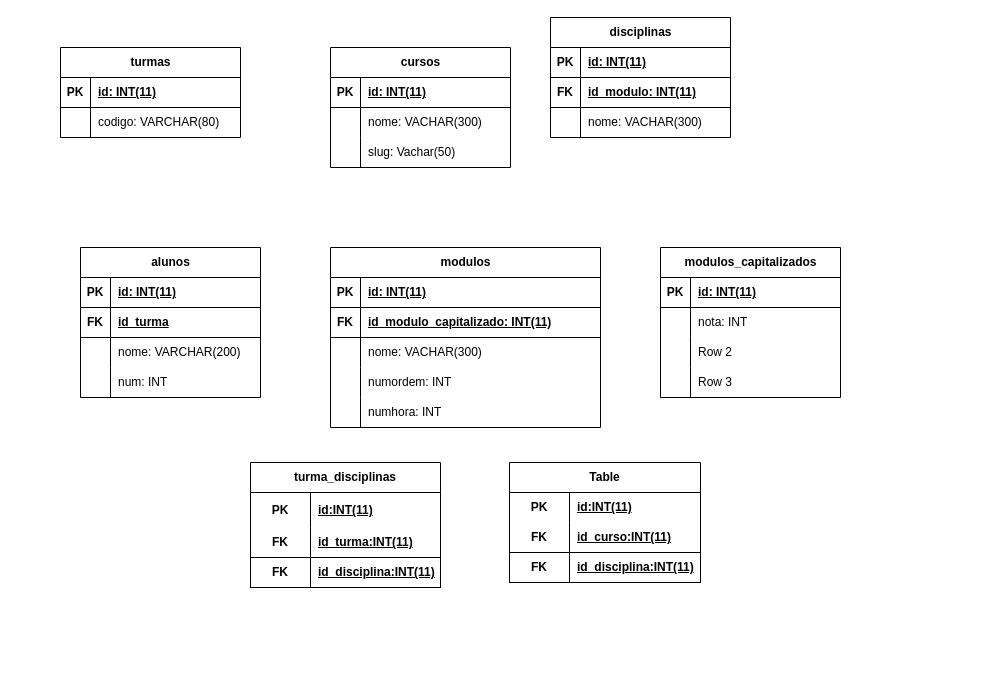
Before: Gestor-de-Modulos/gdm_modelo_er.drawio in Henrique-Morais1/Mod15-trabalho_final, a draw.io diagram. Source tidied: cells renumbered, new cells numbered last; positions are measured from the earlier drawing's top-left corner, leaving out a move shared by most shapes. Both pictures are drawn from the tidied source at 100%, with x=0, y=0 at pixel (60, 17).
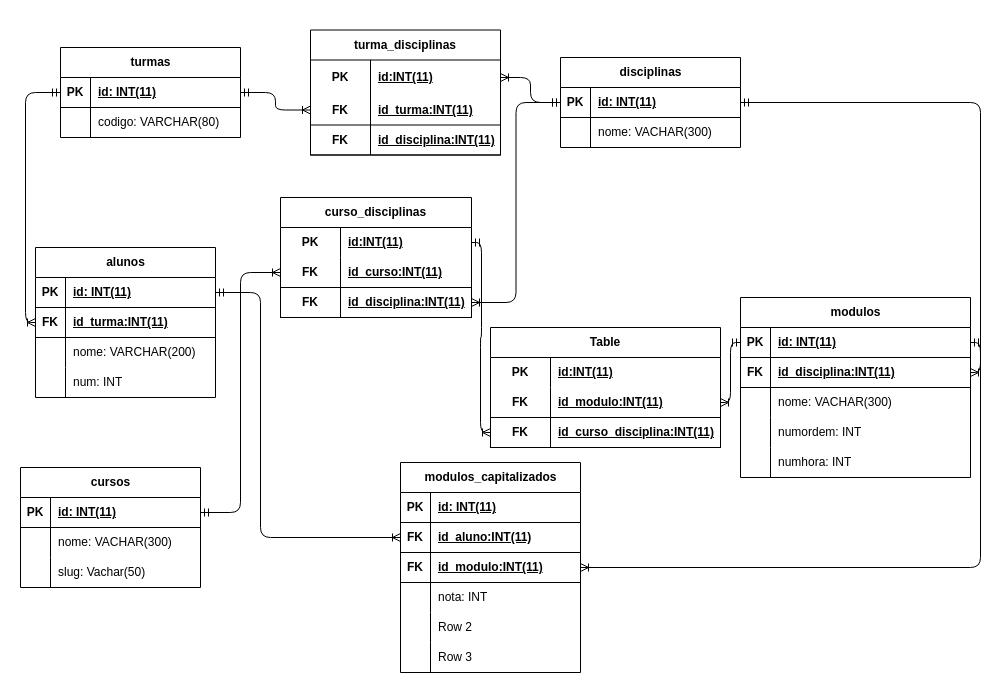
The same page after the edit.

The change refers to these unchanged cells:
```xml
<mxCell id="3" style="shape=tableRow;horizontal=0;startSize=0;swimlaneHead=0;swimlaneBody=0;fillColor=none;points=[[0,0.5],[1,0.5]];portConstraint=eastwest;top=0;left=0;right=0;bottom=1;" parent="2" vertex="1">
  <mxGeometry y="30" width="180" height="30" as="geometry" />
</mxCell>
<mxCell id="13" style="shape=tableRow;horizontal=0;startSize=0;swimlaneHead=0;swimlaneBody=0;fillColor=none;points=[[0,0.5],[1,0.5]];portConstraint=eastwest;top=0;left=0;right=0;bottom=1;" parent="12" vertex="1">
  <mxGeometry y="30" width="180" height="30" as="geometry" />
</mxCell>
<mxCell id="23" style="shape=tableRow;horizontal=0;startSize=0;swimlaneHead=0;swimlaneBody=0;fillColor=none;points=[[0,0.5],[1,0.5]];portConstraint=eastwest;top=0;left=0;right=0;bottom=1;" parent="22" vertex="1">
  <mxGeometry y="30" width="180" height="30" as="geometry" />
</mxCell>
<mxCell id="46" style="shape=tableRow;horizontal=0;startSize=0;swimlaneHead=0;swimlaneBody=0;fillColor=none;points=[[0,0.5],[1,0.5]];portConstraint=eastwest;top=0;left=0;right=0;bottom=1;" parent="45" vertex="1">
  <mxGeometry y="30" width="180" height="30" as="geometry" />
</mxCell>
<mxCell id="49" style="shape=tableRow;horizontal=0;startSize=0;swimlaneHead=0;swimlaneBody=0;fillColor=none;points=[[0,0.5],[1,0.5]];portConstraint=eastwest;top=0;left=0;right=0;bottom=1;" parent="45" vertex="1">
  <mxGeometry y="60" width="180" height="30" as="geometry" />
</mxCell>
<mxCell id="72" style="shape=tableRow;horizontal=0;startSize=0;swimlaneHead=0;swimlaneBody=0;fillColor=none;points=[[0,0.5],[1,0.5]];portConstraint=eastwest;top=0;left=0;right=0;bottom=0;html=1;" parent="71" vertex="1">
  <mxGeometry y="30" width="190" height="35" as="geometry" />
</mxCell>
<mxCell id="75" style="shape=tableRow;horizontal=0;startSize=0;swimlaneHead=0;swimlaneBody=0;fillColor=none;points=[[0,0.5],[1,0.5]];portConstraint=eastwest;top=0;left=0;right=0;bottom=1;html=1;" parent="71" vertex="1">
  <mxGeometry y="65" width="190" height="30" as="geometry" />
</mxCell>
<mxCell id="82" style="shape=tableRow;horizontal=0;startSize=0;swimlaneHead=0;swimlaneBody=0;fillColor=none;points=[[0,0.5],[1,0.5]];portConstraint=eastwest;top=0;left=0;right=0;bottom=0;html=1;" parent="81" vertex="1">
  <mxGeometry y="30" width="191" height="30" as="geometry" />
</mxCell>
<mxCell id="85" style="shape=tableRow;horizontal=0;startSize=0;swimlaneHead=0;swimlaneBody=0;fillColor=none;points=[[0,0.5],[1,0.5]];portConstraint=eastwest;top=0;left=0;right=0;bottom=1;html=1;" parent="81" vertex="1">
  <mxGeometry y="60" width="191" height="30" as="geometry" />
</mxCell>
<mxCell id="88" style="shape=tableRow;horizontal=0;startSize=0;swimlaneHead=0;swimlaneBody=0;fillColor=none;points=[[0,0.5],[1,0.5]];portConstraint=eastwest;top=0;left=0;right=0;bottom=1;html=1;" parent="81" vertex="1">
  <mxGeometry y="90" width="191" height="30" as="geometry" />
</mxCell>
```

Change to the diagram source:
```diff
@@
     <mxCell id="2" value="cursos" style="shape=table;startSize=30;childLayout=tableLayout;rowLines=0;fontStyle=1;align=center;html=1;" parent="1" vertex="1">
-      <mxGeometry x="270" y="30" width="180" height="120" as="geometry" />
+      <mxGeometry x="-40" y="450" width="180" height="120" as="geometry" />
     </mxCell>
@@
     <mxCell id="12" value="disciplinas" style="shape=table;startSize=30;childLayout=tableLayout;rowLines=0;fontStyle=1;align=center;html=1;" parent="1" vertex="1">
-      <mxGeometry x="490" width="180" height="120" as="geometry" />
+      <mxGeometry x="500" y="40" width="180" height="90" as="geometry" />
     </mxCell>
@@
-    <mxCell id="16" style="shape=tableRow;horizontal=0;startSize=0;swimlaneHead=0;swimlaneBody=0;fillColor=none;points=[[0,0.5],[1,0.5]];portConstraint=eastwest;top=0;left=0;right=0;bottom=1;" parent="12" vertex="1">
-      <mxGeometry y="60" width="180" height="30" as="geometry" />
-    </mxCell>
-    <mxCell id="17" value="FK" style="shape=partialRectangle;fillColor=none;top=0;left=0;bottom=0;right=0;fontStyle=1;overflow=hidden;whiteSpace=wrap;html=1;" parent="16" vertex="1">
-      <mxGeometry width="30" height="30" as="geometry" />
-    </mxCell>
-    <mxCell id="18" value="id_modulo:&amp;nbsp;&lt;span style=&quot;color: rgb(0, 0, 0);&quot;&gt;INT(11)&lt;/span&gt;" style="shape=partialRectangle;fillColor=none;top=0;left=0;bottom=0;right=0;align=left;spacingLeft=6;fontStyle=5;overflow=hidden;whiteSpace=wrap;html=1;" parent="16" vertex="1">
-      <mxGeometry x="30" width="150" height="30" as="geometry" />
-    </mxCell>
     <mxCell id="19" style="shape=tableRow;horizontal=0;startSize=0;swimlaneHead=0;swimlaneBody=0;fillColor=none;top=0;left=0;right=0;bottom=0;" parent="12" vertex="1">
-      <mxGeometry y="90" width="180" height="30" as="geometry" />
+      <mxGeometry y="60" width="180" height="30" as="geometry" />
     </mxCell>
@@
     <mxCell id="29" value="modulos" style="shape=table;startSize=30;childLayout=tableLayout;rowLines=0;fontStyle=1;align=center;html=1;" parent="1" vertex="1">
-      <mxGeometry x="270" y="230" width="270" height="180" as="geometry" />
+      <mxGeometry x="680" y="280" width="230" height="180" as="geometry" />
     </mxCell>
     <mxCell id="30" style="shape=tableRow;horizontal=0;startSize=0;swimlaneHead=0;swimlaneBody=0;fillColor=none;points=[[0,0.5],[1,0.5]];portConstraint=eastwest;top=0;left=0;right=0;bottom=1;" parent="29" vertex="1">
-      <mxGeometry y="30" width="270" height="30" as="geometry" />
+      <mxGeometry y="30" width="230" height="30" as="geometry" />
     </mxCell>
@@
     <mxCell id="32" value="&lt;span style=&quot;color: rgb(0, 0, 0);&quot;&gt;id: INT(11)&lt;/span&gt;" style="shape=partialRectangle;fillColor=none;top=0;left=0;bottom=0;right=0;align=left;spacingLeft=6;fontStyle=5;overflow=hidden;whiteSpace=wrap;html=1;" parent="30" vertex="1">
-      <mxGeometry x="30" width="240" height="30" as="geometry" />
+      <mxGeometry x="30" width="200" height="30" as="geometry" />
     </mxCell>
-    <mxCell id="33" style="shape=tableRow;horizontal=0;startSize=0;swimlaneHead=0;swimlaneBody=0;fillColor=none;top=0;left=0;right=0;bottom=1;" parent="29" vertex="1">
-      <mxGeometry y="60" width="270" height="30" as="geometry" />
-    </mxCell>
-    <mxCell id="34" value="FK" style="shape=partialRectangle;fillColor=none;top=0;left=0;bottom=0;right=0;fontStyle=1;overflow=hidden;whiteSpace=wrap;html=1;" parent="33" vertex="1">
-      <mxGeometry width="30" height="30" as="geometry" />
-    </mxCell>
-    <mxCell id="35" value="id_modulo_capitalizado: INT(11)" style="shape=partialRectangle;fillColor=none;top=0;left=0;bottom=0;right=0;align=left;spacingLeft=6;fontStyle=5;overflow=hidden;whiteSpace=wrap;html=1;" parent="33" vertex="1">
-      <mxGeometry x="30" width="240" height="30" as="geometry" />
-    </mxCell>
+    <mxCell id="91" style="shape=tableRow;horizontal=0;startSize=0;swimlaneHead=0;swimlaneBody=0;fillColor=none;points=[[0,0.5],[1,0.5]];portConstraint=eastwest;top=0;left=0;right=0;bottom=1;" parent="29" vertex="1">
+      <mxGeometry y="60" width="230" height="30" as="geometry" />
+    </mxCell>
+    <mxCell id="92" value="FK" style="shape=partialRectangle;fillColor=none;top=0;left=0;bottom=0;right=0;fontStyle=1;overflow=hidden;whiteSpace=wrap;html=1;" parent="91" vertex="1">
+      <mxGeometry width="30" height="30" as="geometry" />
+    </mxCell>
+    <mxCell id="93" value="id_disciplina:INT(11)" style="shape=partialRectangle;fillColor=none;top=0;left=0;bottom=0;right=0;align=left;spacingLeft=6;fontStyle=5;overflow=hidden;whiteSpace=wrap;html=1;" parent="91" vertex="1">
+      <mxGeometry x="30" width="200" height="30" as="geometry" />
+    </mxCell>
     <mxCell id="36" style="shape=tableRow;horizontal=0;startSize=0;swimlaneHead=0;swimlaneBody=0;fillColor=none;top=0;left=0;right=0;bottom=0;" parent="29" vertex="1">
-      <mxGeometry y="90" width="270" height="30" as="geometry" />
+      <mxGeometry y="90" width="230" height="30" as="geometry" />
     </mxCell>
@@
     <mxCell id="38" value="&lt;span style=&quot;color: rgb(0, 0, 0);&quot;&gt;nome: VACHAR(300)&lt;/span&gt;" style="shape=partialRectangle;fillColor=none;top=0;left=0;bottom=0;right=0;align=left;spacingLeft=6;overflow=hidden;whiteSpace=wrap;html=1;" parent="36" vertex="1">
-      <mxGeometry x="30" width="240" height="30" as="geometry" />
+      <mxGeometry x="30" width="200" height="30" as="geometry" />
     </mxCell>
     <mxCell id="39" style="shape=tableRow;horizontal=0;startSize=0;swimlaneHead=0;swimlaneBody=0;fillColor=none;top=0;left=0;right=0;bottom=0;" parent="29" vertex="1">
-      <mxGeometry y="120" width="270" height="30" as="geometry" />
+      <mxGeometry y="120" width="230" height="30" as="geometry" />
     </mxCell>
@@
     <mxCell id="41" value="numordem: INT" style="shape=partialRectangle;fillColor=none;top=0;left=0;bottom=0;right=0;align=left;spacingLeft=6;overflow=hidden;whiteSpace=wrap;html=1;" parent="39" vertex="1">
-      <mxGeometry x="30" width="240" height="30" as="geometry" />
+      <mxGeometry x="30" width="200" height="30" as="geometry" />
     </mxCell>
     <mxCell id="42" style="shape=tableRow;horizontal=0;startSize=0;swimlaneHead=0;swimlaneBody=0;fillColor=none;top=0;left=0;right=0;bottom=0;" parent="29" vertex="1">
-      <mxGeometry y="150" width="270" height="30" as="geometry" />
+      <mxGeometry y="150" width="230" height="30" as="geometry" />
     </mxCell>
@@
     <mxCell id="44" value="numhora: INT" style="shape=partialRectangle;fillColor=none;top=0;left=0;bottom=0;right=0;align=left;spacingLeft=6;overflow=hidden;whiteSpace=wrap;html=1;" parent="42" vertex="1">
-      <mxGeometry x="30" width="240" height="30" as="geometry" />
+      <mxGeometry x="30" width="200" height="30" as="geometry" />
     </mxCell>
     <mxCell id="45" value="alunos" style="shape=table;startSize=30;childLayout=tableLayout;rowLines=0;fontStyle=1;align=center;html=1;" parent="1" vertex="1">
-      <mxGeometry x="20" y="230" width="180" height="150" as="geometry" />
+      <mxGeometry x="-25" y="230" width="180" height="150" as="geometry" />
     </mxCell>
@@
-    <mxCell id="51" value="id_turma" style="shape=partialRectangle;fillColor=none;top=0;left=0;bottom=0;right=0;align=left;spacingLeft=6;fontStyle=5;overflow=hidden;whiteSpace=wrap;html=1;" parent="49" vertex="1">
+    <mxCell id="51" value="id_turma:INT(11)" style="shape=partialRectangle;fillColor=none;top=0;left=0;bottom=0;right=0;align=left;spacingLeft=6;fontStyle=5;overflow=hidden;whiteSpace=wrap;html=1;" parent="49" vertex="1">
       <mxGeometry x="30" width="150" height="30" as="geometry" />
     </mxCell>
@@
     <mxCell id="58" value="modulos_capitalizados" style="shape=table;startSize=30;childLayout=tableLayout;rowLines=0;fontStyle=1;align=center;html=1;" parent="1" vertex="1">
-      <mxGeometry x="600" y="230" width="180" height="150" as="geometry" />
+      <mxGeometry x="340" y="445" width="180" height="210" as="geometry" />
     </mxCell>
@@
+    <mxCell id="16" style="shape=tableRow;horizontal=0;startSize=0;swimlaneHead=0;swimlaneBody=0;fillColor=none;points=[[0,0.5],[1,0.5]];portConstraint=eastwest;top=0;left=0;right=0;bottom=1;" parent="58" vertex="1">
+      <mxGeometry y="60" width="180" height="30" as="geometry" />
+    </mxCell>
+    <mxCell id="94" value="FK" style="shape=partialRectangle;fillColor=none;top=0;left=0;bottom=0;right=0;fontStyle=1;overflow=hidden;whiteSpace=wrap;html=1;" parent="16" vertex="1">
+      <mxGeometry width="30" height="30" as="geometry" />
+    </mxCell>
+    <mxCell id="95" value="id_aluno:INT(11)" style="shape=partialRectangle;fillColor=none;top=0;left=0;bottom=0;right=0;align=left;spacingLeft=6;fontStyle=5;overflow=hidden;whiteSpace=wrap;html=1;" parent="16" vertex="1">
+      <mxGeometry x="30" width="150" height="30" as="geometry" />
+    </mxCell>
+    <mxCell id="96" style="shape=tableRow;horizontal=0;startSize=0;swimlaneHead=0;swimlaneBody=0;fillColor=none;points=[[0,0.5],[1,0.5]];portConstraint=eastwest;top=0;left=0;right=0;bottom=1;" parent="58" vertex="1">
+      <mxGeometry y="90" width="180" height="30" as="geometry" />
+    </mxCell>
+    <mxCell id="97" value="FK" style="shape=partialRectangle;fillColor=none;top=0;left=0;bottom=0;right=0;fontStyle=1;overflow=hidden;whiteSpace=wrap;html=1;" parent="96" vertex="1">
+      <mxGeometry width="30" height="30" as="geometry" />
+    </mxCell>
+    <mxCell id="98" value="id_modulo:INT(11)" style="shape=partialRectangle;fillColor=none;top=0;left=0;bottom=0;right=0;align=left;spacingLeft=6;fontStyle=5;overflow=hidden;whiteSpace=wrap;html=1;" parent="96" vertex="1">
+      <mxGeometry x="30" width="150" height="30" as="geometry" />
+    </mxCell>
     <mxCell id="62" style="shape=tableRow;horizontal=0;startSize=0;swimlaneHead=0;swimlaneBody=0;fillColor=none;top=0;left=0;right=0;bottom=0;" parent="58" vertex="1">
-      <mxGeometry y="60" width="180" height="30" as="geometry" />
+      <mxGeometry y="120" width="180" height="30" as="geometry" />
     </mxCell>
@@
     <mxCell id="65" style="shape=tableRow;horizontal=0;startSize=0;swimlaneHead=0;swimlaneBody=0;fillColor=none;top=0;left=0;right=0;bottom=0;" parent="58" vertex="1">
-      <mxGeometry y="90" width="180" height="30" as="geometry" />
+      <mxGeometry y="150" width="180" height="30" as="geometry" />
     </mxCell>
@@
     <mxCell id="68" style="shape=tableRow;horizontal=0;startSize=0;swimlaneHead=0;swimlaneBody=0;fillColor=none;top=0;left=0;right=0;bottom=0;" parent="58" vertex="1">
-      <mxGeometry y="120" width="180" height="30" as="geometry" />
+      <mxGeometry y="180" width="180" height="30" as="geometry" />
     </mxCell>
@@
     <mxCell id="71" value="turma_disciplinas" style="shape=table;startSize=30;childLayout=tableLayout;rowLines=0;fontStyle=1;align=center;html=1;whiteSpace=wrap;" parent="1" vertex="1">
-      <mxGeometry x="190" y="445" width="190" height="125" as="geometry" />
+      <mxGeometry x="250" y="12.5" width="190" height="125" as="geometry" />
     </mxCell>
@@
-    <mxCell id="81" value="Table" style="shape=table;startSize=30;childLayout=tableLayout;rowLines=0;fontStyle=1;align=center;html=1;whiteSpace=wrap;" parent="1" vertex="1">
-      <mxGeometry x="449" y="445" width="191" height="120" as="geometry" />
+    <mxCell id="81" value="curso_disciplinas" style="shape=table;startSize=30;childLayout=tableLayout;rowLines=0;fontStyle=1;align=center;html=1;whiteSpace=wrap;" parent="1" vertex="1">
+      <mxGeometry x="220" y="180" width="191" height="120" as="geometry" />
     </mxCell>
@@
+    <mxCell id="99" style="edgeStyle=orthogonalEdgeStyle;fontSize=12;html=1;endArrow=ERoneToMany;startArrow=ERmandOne;exitX=1;exitY=0.5;exitDx=0;exitDy=0;entryX=0;entryY=0.5;entryDx=0;entryDy=0;" parent="1" edge="1" source="23" target="75">
+      <mxGeometry relative="1" as="geometry" />
+    </mxCell>
+    <mxCell id="100" style="edgeStyle=entityRelationEdgeStyle;fontSize=12;html=1;endArrow=ERoneToMany;startArrow=ERmandOne;exitX=0;exitY=0.5;exitDx=0;exitDy=0;entryX=1;entryY=0.5;entryDx=0;entryDy=0;" parent="1" edge="1" source="13" target="72">
+      <mxGeometry relative="1" as="geometry" />
+    </mxCell>
+    <mxCell id="101" style="edgeStyle=orthogonalEdgeStyle;fontSize=12;html=1;endArrow=ERoneToMany;startArrow=ERmandOne;exitX=1;exitY=0.5;exitDx=0;exitDy=0;entryX=1;entryY=0.5;entryDx=0;entryDy=0;" parent="1" edge="1" source="13" target="91">
+      <mxGeometry relative="1" as="geometry" />
+    </mxCell>
+    <mxCell id="102" style="edgeStyle=orthogonalEdgeStyle;fontSize=12;html=1;endArrow=ERoneToMany;startArrow=ERmandOne;exitX=0;exitY=0.5;exitDx=0;exitDy=0;entryX=0;entryY=0.5;entryDx=0;entryDy=0;" parent="1" edge="1" source="23" target="49">
+      <mxGeometry relative="1" as="geometry" />
+    </mxCell>
+    <mxCell id="103" style="edgeStyle=orthogonalEdgeStyle;fontSize=12;html=1;endArrow=ERoneToMany;startArrow=ERmandOne;exitX=1;exitY=0.5;exitDx=0;exitDy=0;entryX=0;entryY=0.5;entryDx=0;entryDy=0;" parent="1" edge="1" source="3" target="85">
+      <mxGeometry relative="1" as="geometry" />
+    </mxCell>
+    <mxCell id="104" style="edgeStyle=orthogonalEdgeStyle;fontSize=12;html=1;endArrow=ERoneToMany;startArrow=ERmandOne;exitX=1;exitY=0.5;exitDx=0;exitDy=0;entryX=0;entryY=0.5;entryDx=0;entryDy=0;" parent="1" edge="1" source="46" target="16">
+      <mxGeometry relative="1" as="geometry">
+        <Array as="points">
+          <mxPoint x="200" y="275" />
+          <mxPoint x="200" y="520" />
+        </Array>
+      </mxGeometry>
+    </mxCell>
+    <mxCell id="105" style="edgeStyle=orthogonalEdgeStyle;fontSize=12;html=1;endArrow=ERoneToMany;startArrow=ERmandOne;entryX=1;entryY=0.5;entryDx=0;entryDy=0;exitX=1;exitY=0.5;exitDx=0;exitDy=0;" parent="1" edge="1" source="30" target="96">
+      <mxGeometry relative="1" as="geometry" />
+    </mxCell>
+    <mxCell id="106" style="edgeStyle=orthogonalEdgeStyle;fontSize=12;html=1;endArrow=ERoneToMany;startArrow=ERmandOne;exitX=0;exitY=0.5;exitDx=0;exitDy=0;entryX=1;entryY=0.5;entryDx=0;entryDy=0;" parent="1" edge="1" source="13" target="88">
+      <mxGeometry relative="1" as="geometry" />
+    </mxCell>
+    <mxCell id="107" value="Table" style="shape=table;startSize=30;childLayout=tableLayout;rowLines=0;fontStyle=1;align=center;html=1;whiteSpace=wrap;" parent="1" vertex="1">
+      <mxGeometry x="430" y="310" width="230" height="120" as="geometry" />
+    </mxCell>
+    <mxCell id="108" style="shape=tableRow;horizontal=0;startSize=0;swimlaneHead=0;swimlaneBody=0;fillColor=none;top=0;left=0;right=0;bottom=0;html=1;" parent="107" vertex="1">
+      <mxGeometry y="30" width="230" height="30" as="geometry" />
+    </mxCell>
+    <mxCell id="109" value="PK" style="shape=partialRectangle;fillColor=none;top=0;left=0;bottom=0;right=0;fontStyle=1;overflow=hidden;html=1;whiteSpace=wrap;" parent="108" vertex="1">
+      <mxGeometry width="60" height="30" as="geometry" />
+    </mxCell>
+    <mxCell id="110" value="id:INT(11)" style="shape=partialRectangle;fillColor=none;top=0;left=0;bottom=0;right=0;align=left;spacingLeft=6;fontStyle=5;overflow=hidden;html=1;whiteSpace=wrap;" parent="108" vertex="1">
+      <mxGeometry x="60" width="170" height="30" as="geometry" />
+    </mxCell>
+    <mxCell id="111" style="shape=tableRow;horizontal=0;startSize=0;swimlaneHead=0;swimlaneBody=0;fillColor=none;points=[[0,0.5],[1,0.5]];portConstraint=eastwest;top=0;left=0;right=0;bottom=1;html=1;" parent="107" vertex="1">
+      <mxGeometry y="60" width="230" height="30" as="geometry" />
+    </mxCell>
+    <mxCell id="112" value="FK" style="shape=partialRectangle;fillColor=none;top=0;left=0;bottom=0;right=0;fontStyle=1;overflow=hidden;html=1;whiteSpace=wrap;" parent="111" vertex="1">
+      <mxGeometry width="60" height="30" as="geometry" />
+    </mxCell>
+    <mxCell id="113" value="id_modulo:INT(11)" style="shape=partialRectangle;fillColor=none;top=0;left=0;bottom=0;right=0;align=left;spacingLeft=6;fontStyle=5;overflow=hidden;html=1;whiteSpace=wrap;" parent="111" vertex="1">
+      <mxGeometry x="60" width="170" height="30" as="geometry" />
+    </mxCell>
+    <mxCell id="114" style="shape=tableRow;horizontal=0;startSize=0;swimlaneHead=0;swimlaneBody=0;fillColor=none;points=[[0,0.5],[1,0.5]];portConstraint=eastwest;top=0;left=0;right=0;bottom=1;html=1;" parent="107" vertex="1">
+      <mxGeometry y="90" width="230" height="30" as="geometry" />
+    </mxCell>
+    <mxCell id="115" value="FK" style="shape=partialRectangle;fillColor=none;top=0;left=0;bottom=0;right=0;fontStyle=1;overflow=hidden;html=1;whiteSpace=wrap;" parent="114" vertex="1">
+      <mxGeometry width="60" height="30" as="geometry" />
+    </mxCell>
+    <mxCell id="116" value="id_curso_disciplina:INT(11)" style="shape=partialRectangle;fillColor=none;top=0;left=0;bottom=0;right=0;align=left;spacingLeft=6;fontStyle=5;overflow=hidden;html=1;whiteSpace=wrap;" parent="114" vertex="1">
+      <mxGeometry x="60" width="170" height="30" as="geometry" />
+    </mxCell>
+    <mxCell id="117" style="edgeStyle=orthogonalEdgeStyle;fontSize=12;html=1;endArrow=ERoneToMany;startArrow=ERmandOne;exitX=0;exitY=0.5;exitDx=0;exitDy=0;entryX=1;entryY=0.5;entryDx=0;entryDy=0;" parent="1" edge="1" source="30" target="111">
+      <mxGeometry relative="1" as="geometry" />
+    </mxCell>
+    <mxCell id="118" style="edgeStyle=orthogonalEdgeStyle;fontSize=12;html=1;endArrow=ERoneToMany;startArrow=ERmandOne;exitX=1;exitY=0.5;exitDx=0;exitDy=0;entryX=0;entryY=0.5;entryDx=0;entryDy=0;" parent="1" edge="1" source="82" target="114">
+      <mxGeometry relative="1" as="geometry" />
+    </mxCell>
```
